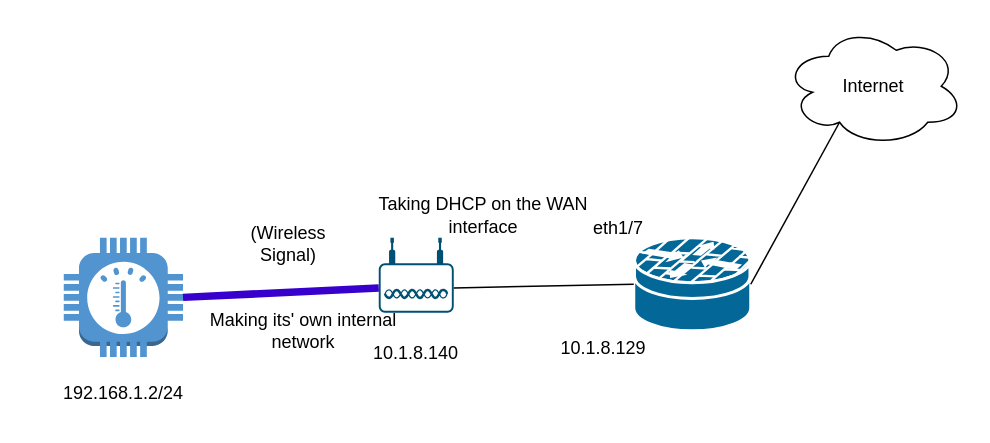
Before: thermostat.drawio in adamrt918/Diagram, a draw.io diagram. Source tidied: cells renumbered, new cells numbered last; positions are measured from the earlier drawing's top-left corner, leaving out a move shared by most shapes. Both pictures are drawn from the tidied source at 150%, with x=0, y=0 at pixel (26, 26).
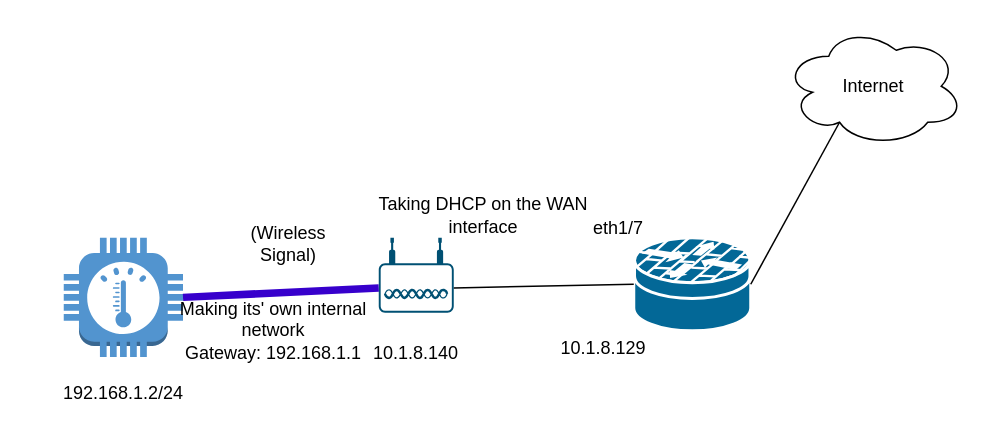
After the change.

Change to the diagram source:
```diff
@@
 <mxGraphModel>
   <root>
     <mxCell id="0" />
     <mxCell id="1" parent="0" />
     <mxCell id="2" style="points=[[0.03,0.36,0],[0.18,0,0],[0.5,0.34,0],[0.82,0,0],[0.97,0.36,0],[1,0.67,0],[0.975,0.975,0],[0.5,1,0],[0.025,0.975,0],[0,0.67,0]];verticalLabelPosition=bottom;sketch=0;html=1;verticalAlign=top;align=center;shape=mxgraph.cisco19.wireless_access_point;fillColor=#005073;strokeColor=none;" parent="1" vertex="1">
       <mxGeometry x="235" y="141" width="50" height="50" as="geometry" />
     </mxCell>
     <mxCell id="3" style="outlineConnect=0;dashed=0;verticalLabelPosition=bottom;verticalAlign=top;align=center;html=1;shape=mxgraph.aws3.thermostat;fillColor=#5294CF;gradientColor=none;" parent="1" vertex="1">
       <mxGeometry x="25" y="141" width="79.5" height="79.5" as="geometry" />
     </mxCell>
     <mxCell id="4" style="endArrow=none;html=1;rounded=0;entryX=1;entryY=0.5;entryDx=0;entryDy=0;entryPerimeter=0;exitX=0;exitY=0.67;exitDx=0;exitDy=0;exitPerimeter=0;strokeWidth=5;fillColor=#6a00ff;strokeColor=light-dark(#3700CC,#33FF99);" parent="1" edge="1" source="2" target="3">
       <mxGeometry relative="1" as="geometry" />
     </mxCell>
     <mxCell id="5" style="shape=mxgraph.cisco.security.router_firewall;sketch=0;html=1;dashed=0;fillColor=#036897;strokeColor=#ffffff;strokeWidth=2;verticalLabelPosition=bottom;verticalAlign=top;align=center;outlineConnect=0;" parent="1" vertex="1">
       <mxGeometry x="405" y="141" width="78" height="62" as="geometry" />
     </mxCell>
     <mxCell id="6" style="endArrow=none;html=1;rounded=0;entryX=1;entryY=0.67;entryDx=0;entryDy=0;entryPerimeter=0;exitX=0;exitY=0.5;exitDx=0;exitDy=0;exitPerimeter=0;" parent="1" edge="1" source="5" target="2">
       <mxGeometry relative="1" as="geometry" />
     </mxCell>
     <mxCell id="7" value="Internet" style="ellipse;shape=cloud;whiteSpace=wrap;html=1;" parent="1" vertex="1">
       <mxGeometry x="505" width="120" height="80" as="geometry" />
     </mxCell>
     <mxCell id="8" style="endArrow=none;html=1;rounded=0;entryX=0.31;entryY=0.8;entryDx=0;entryDy=0;entryPerimeter=0;exitX=1;exitY=0.5;exitDx=0;exitDy=0;exitPerimeter=0;" parent="1" edge="1" source="5" target="7">
       <mxGeometry relative="1" as="geometry" />
     </mxCell>
     <mxCell id="9" value="10.1.8.140" style="text;html=1;align=center;verticalAlign=middle;whiteSpace=wrap;rounded=0;" parent="1" vertex="1">
       <mxGeometry x="230" y="203" width="60" height="30" as="geometry" />
     </mxCell>
     <mxCell id="10" value="10.1.8.129" style="text;html=1;align=center;verticalAlign=middle;whiteSpace=wrap;rounded=0;" parent="1" vertex="1">
       <mxGeometry x="355" y="200" width="60" height="30" as="geometry" />
     </mxCell>
     <mxCell id="11" value="eth1/7" style="text;html=1;align=center;verticalAlign=middle;whiteSpace=wrap;rounded=0;" parent="1" vertex="1">
       <mxGeometry x="365" y="120" width="60" height="30" as="geometry" />
     </mxCell>
     <mxCell id="12" value="(Wireless Signal)" style="text;html=1;align=center;verticalAlign=middle;whiteSpace=wrap;rounded=0;" parent="1" vertex="1">
       <mxGeometry x="145" y="130" width="60" height="30" as="geometry" />
     </mxCell>
     <mxCell id="13" value="192.168.1.2/24" style="text;html=1;align=center;verticalAlign=middle;whiteSpace=wrap;rounded=0;" parent="1" vertex="1">
       <mxGeometry x="-0.4" y="230" width="130.2" height="30" as="geometry" />
     </mxCell>
     <mxCell id="14" value="Taking DHCP on the WAN interface" style="text;html=1;align=center;verticalAlign=middle;whiteSpace=wrap;rounded=0;" parent="1" vertex="1">
       <mxGeometry x="230" y="111" width="150" height="30" as="geometry" />
     </mxCell>
-    <mxCell id="15" value="Making its' own internal network" style="text;html=1;align=center;verticalAlign=middle;whiteSpace=wrap;rounded=0;" parent="1" vertex="1">
-      <mxGeometry x="104.5" y="173" width="160" height="60" as="geometry" />
+    <mxCell id="15" value="Making its' own internal network&lt;br&gt;Gateway: 192.168.1.1" style="text;html=1;align=center;verticalAlign=middle;whiteSpace=wrap;rounded=0;" parent="1" vertex="1">
+      <mxGeometry x="85" y="173" width="160" height="60" as="geometry" />
     </mxCell>
   </root>
 </mxGraphModel>
```
